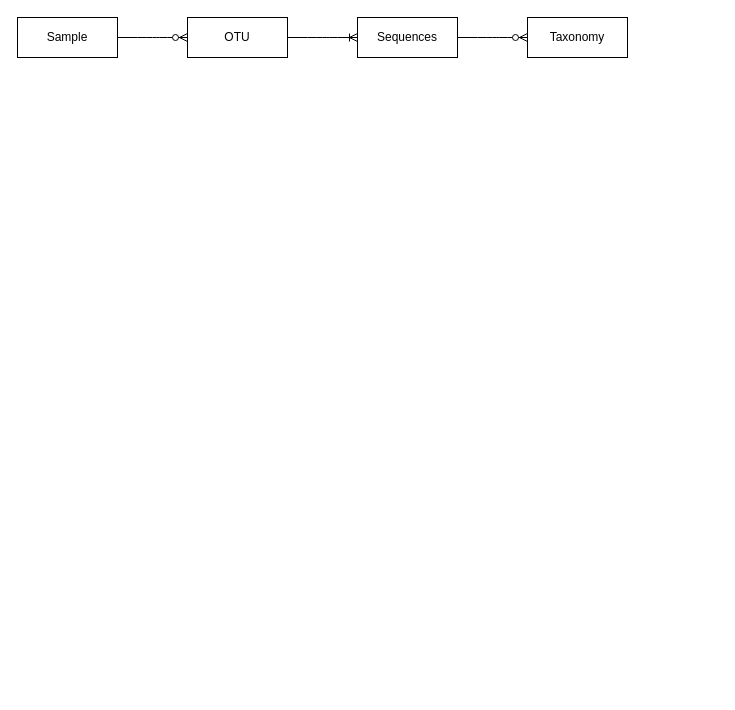
joelclim/mycopins-workflow keeps this draw.io diagram as page "Concepts" (2 of 8) of workflow.drawio. Above is the earlier version. Source tidied: cells renumbered, new cells numbered last; positions are measured from the earlier drawing's top-left corner, leaving out a move shared by most shapes. Both pictures are drawn from the tidied source at 100%, with x=0, y=0 at pixel (17, 17).
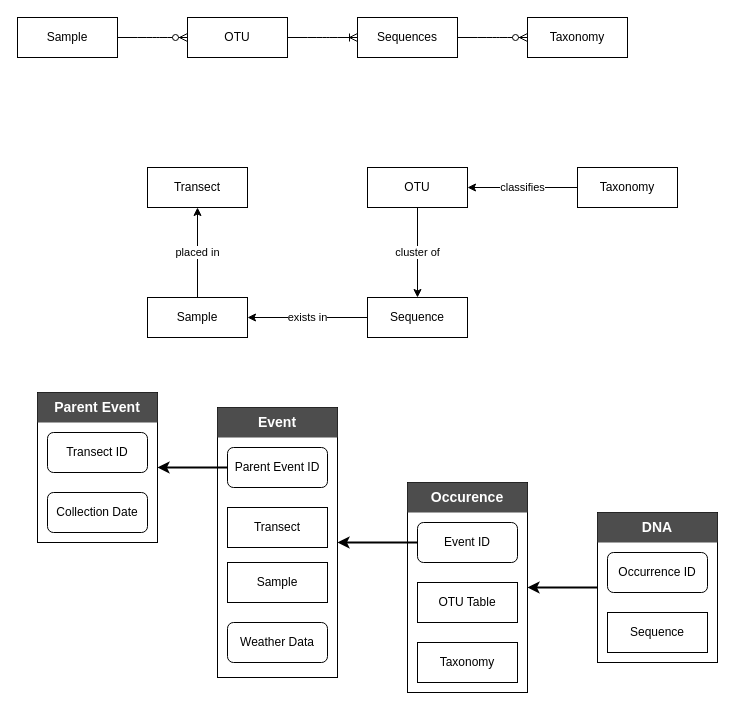
The same page after the edit.

Change to the diagram source:
```diff
@@
+    <mxCell id="9" style="rounded=0;whiteSpace=wrap;html=1;" parent="1" vertex="1">
+      <mxGeometry x="200" y="390" width="120" height="270" as="geometry" />
+    </mxCell>
@@
+    <mxCell id="10" value="Sample" style="whiteSpace=wrap;html=1;align=center;" parent="1" vertex="1">
+      <mxGeometry x="130" y="280" width="100" height="40" as="geometry" />
+    </mxCell>
+    <mxCell id="11" value="OTU" style="whiteSpace=wrap;html=1;align=center;" parent="1" vertex="1">
+      <mxGeometry x="350" y="150" width="100" height="40" as="geometry" />
+    </mxCell>
+    <mxCell id="12" value="exists in" style="endArrow=classic;html=1;exitX=0;exitY=0.5;exitDx=0;exitDy=0;entryX=1;entryY=0.5;entryDx=0;entryDy=0;" parent="1" edge="1" source="13" target="10">
+      <mxGeometry relative="1" as="geometry" />
+    </mxCell>
+    <mxCell id="13" value="Sequence" style="whiteSpace=wrap;html=1;align=center;" parent="1" vertex="1">
+      <mxGeometry x="350" y="280" width="100" height="40" as="geometry" />
+    </mxCell>
+    <mxCell id="14" value="cluster of" style="endArrow=classic;html=1;entryX=0.5;entryY=0;entryDx=0;entryDy=0;exitX=0.5;exitY=1;exitDx=0;exitDy=0;" parent="1" edge="1" source="11" target="13">
+      <mxGeometry relative="1" as="geometry" />
+    </mxCell>
+    <mxCell id="15" value="Taxonomy" style="whiteSpace=wrap;html=1;align=center;" parent="1" vertex="1">
+      <mxGeometry x="560" y="150" width="100" height="40" as="geometry" />
+    </mxCell>
+    <mxCell id="16" value="classifies" style="endArrow=classic;html=1;exitX=0;exitY=0.5;exitDx=0;exitDy=0;entryX=1;entryY=0.5;entryDx=0;entryDy=0;" parent="1" edge="1" source="15" target="11">
+      <mxGeometry relative="1" as="geometry" />
+    </mxCell>
+    <mxCell id="17" value="Transect" style="whiteSpace=wrap;html=1;align=center;" parent="1" vertex="1">
+      <mxGeometry x="130" y="150" width="100" height="40" as="geometry" />
+    </mxCell>
+    <mxCell id="18" value="placed in" style="endArrow=classic;html=1;rounded=0;exitX=0.5;exitY=0;exitDx=0;exitDy=0;entryX=0.5;entryY=1;entryDx=0;entryDy=0;" parent="1" edge="1" source="10" target="17">
+      <mxGeometry relative="1" as="geometry" />
+    </mxCell>
+    <mxCell id="19" value="Transect" style="whiteSpace=wrap;html=1;align=center;" parent="1" vertex="1">
+      <mxGeometry x="210" y="490" width="100" height="40" as="geometry" />
+    </mxCell>
+    <mxCell id="20" value="Sample" style="whiteSpace=wrap;html=1;align=center;" parent="1" vertex="1">
+      <mxGeometry x="210" y="545" width="100" height="40" as="geometry" />
+    </mxCell>
+    <mxCell id="21" value="&lt;font style=&quot;&quot;&gt;Event&lt;/font&gt;" style="text;html=1;align=center;verticalAlign=middle;whiteSpace=wrap;rounded=0;fontStyle=1;fontSize=14;fontColor=#FFFFFF;fillColor=#4D4D4D;" parent="1" vertex="1">
+      <mxGeometry x="200" y="390" width="120" height="30" as="geometry" />
+    </mxCell>
+    <mxCell id="22" style="rounded=0;whiteSpace=wrap;html=1;" parent="1" vertex="1">
+      <mxGeometry x="20" y="375" width="120" height="150" as="geometry" />
+    </mxCell>
+    <mxCell id="23" value="&lt;font style=&quot;&quot;&gt;Parent Event&lt;/font&gt;" style="text;html=1;align=center;verticalAlign=middle;whiteSpace=wrap;rounded=0;fontStyle=1;fontSize=14;fontColor=#FFFFFF;fillColor=#4D4D4D;" parent="1" vertex="1">
+      <mxGeometry x="20" y="375" width="120" height="30" as="geometry" />
+    </mxCell>
+    <mxCell id="24" value="Collection Date" style="rounded=1;whiteSpace=wrap;html=1;" parent="1" vertex="1">
+      <mxGeometry x="30" y="475" width="100" height="40" as="geometry" />
+    </mxCell>
+    <mxCell id="25" style="rounded=0;whiteSpace=wrap;html=1;" parent="1" vertex="1">
+      <mxGeometry x="390" y="465" width="120" height="210" as="geometry" />
+    </mxCell>
+    <mxCell id="26" value="OTU Table" style="whiteSpace=wrap;html=1;align=center;" parent="1" vertex="1">
+      <mxGeometry x="400" y="565" width="100" height="40" as="geometry" />
+    </mxCell>
+    <mxCell id="27" value="&lt;font style=&quot;&quot;&gt;Occurence&lt;/font&gt;" style="text;html=1;align=center;verticalAlign=middle;whiteSpace=wrap;rounded=0;fontStyle=1;fontSize=14;fontColor=#FFFFFF;fillColor=#4D4D4D;" parent="1" vertex="1">
+      <mxGeometry x="390" y="465" width="120" height="30" as="geometry" />
+    </mxCell>
+    <mxCell id="28" value="Transect ID" style="rounded=1;whiteSpace=wrap;html=1;" parent="1" vertex="1">
+      <mxGeometry x="30" y="415" width="100" height="40" as="geometry" />
+    </mxCell>
+    <mxCell id="29" value="Taxonomy" style="whiteSpace=wrap;html=1;align=center;" parent="1" vertex="1">
+      <mxGeometry x="400" y="625" width="100" height="40" as="geometry" />
+    </mxCell>
+    <mxCell id="30" value="Event ID" style="rounded=1;whiteSpace=wrap;html=1;" parent="1" vertex="1">
+      <mxGeometry x="400" y="505" width="100" height="40" as="geometry" />
+    </mxCell>
+    <mxCell id="31" value="Parent Event ID" style="rounded=1;whiteSpace=wrap;html=1;" parent="1" vertex="1">
+      <mxGeometry x="210" y="430" width="100" height="40" as="geometry" />
+    </mxCell>
+    <mxCell id="32" style="rounded=0;whiteSpace=wrap;html=1;" parent="1" vertex="1">
+      <mxGeometry x="580" y="495" width="120" height="150" as="geometry" />
+    </mxCell>
+    <mxCell id="33" value="Sequence" style="whiteSpace=wrap;html=1;align=center;" parent="1" vertex="1">
+      <mxGeometry x="590" y="595" width="100" height="40" as="geometry" />
+    </mxCell>
+    <mxCell id="34" value="&lt;font style=&quot;&quot;&gt;DNA&lt;/font&gt;" style="text;html=1;align=center;verticalAlign=middle;whiteSpace=wrap;rounded=0;fontStyle=1;fontSize=14;fontColor=#FFFFFF;fillColor=#4D4D4D;" parent="1" vertex="1">
+      <mxGeometry x="580" y="495" width="120" height="30" as="geometry" />
+    </mxCell>
+    <mxCell id="35" value="Occurrence ID" style="rounded=1;whiteSpace=wrap;html=1;" parent="1" vertex="1">
+      <mxGeometry x="590" y="535" width="100" height="40" as="geometry" />
+    </mxCell>
+    <mxCell id="36" style="endArrow=none;html=1;rounded=0;exitX=1;exitY=0.5;exitDx=0;exitDy=0;entryX=0;entryY=0.5;entryDx=0;entryDy=0;startArrow=classic;startFill=1;strokeWidth=2;" parent="1" edge="1" source="22" target="31">
+      <mxGeometry relative="1" as="geometry" />
+    </mxCell>
+    <mxCell id="37" style="endArrow=none;html=1;rounded=0;exitX=1;exitY=0.5;exitDx=0;exitDy=0;entryX=0;entryY=0.5;entryDx=0;entryDy=0;startArrow=classic;startFill=1;strokeWidth=2;" parent="1" edge="1" source="9" target="30">
+      <mxGeometry relative="1" as="geometry" />
+    </mxCell>
+    <mxCell id="38" style="endArrow=classic;html=1;rounded=0;entryX=1;entryY=0.5;entryDx=0;entryDy=0;exitX=0;exitY=0.5;exitDx=0;exitDy=0;strokeWidth=2;" parent="1" edge="1" source="32" target="25">
+      <mxGeometry relative="1" as="geometry" />
+    </mxCell>
+    <mxCell id="39" value="Weather Data" style="rounded=1;whiteSpace=wrap;html=1;" parent="1" vertex="1">
+      <mxGeometry x="210" y="605" width="100" height="40" as="geometry" />
+    </mxCell>
```
